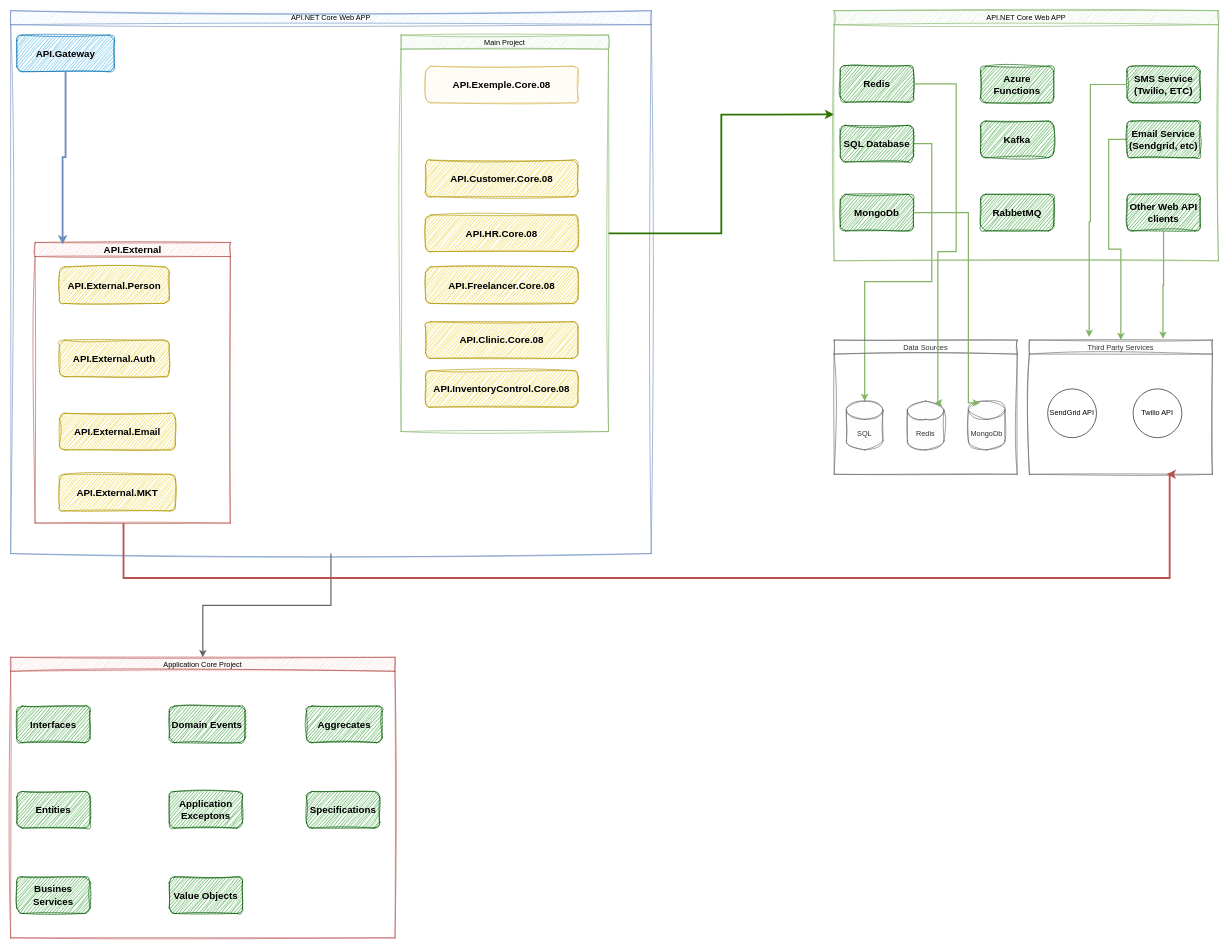
Above: page "Architecture" (3 of 5) of Documento/01 - Architecture/01 - Architecture.drawio in gfmaurila/poc.ddd.cqrs.laboratorio.2025 (draw.io), before the change. Source tidied: cells renumbered, new cells numbered last; positions are measured from the earlier drawing's top-left corner, leaving out a move shared by most shapes. Both pictures are drawn from the tidied source at 61%, with x=0, y=0 at pixel (10, 10).
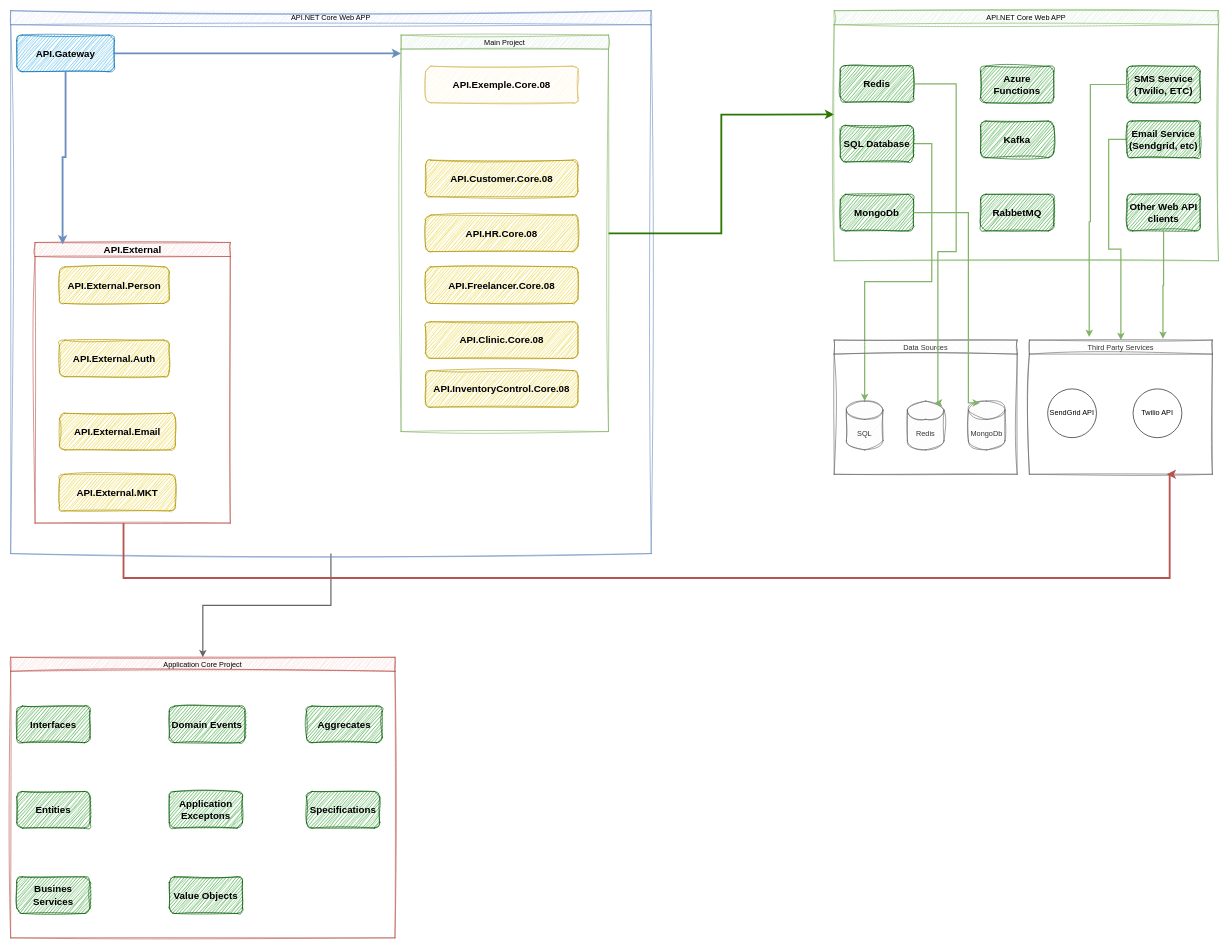
The same page after the edit.

The change refers to these unchanged cells:
```xml
<mxCell id="3" value="API.NET Core Web APP" style="swimlane;whiteSpace=wrap;html=1;sketch=1;curveFitting=1;jiggle=2;fillColor=#dae8fc;strokeColor=#6c8ebf;fontStyle=0;" parent="1" vertex="1">
  <mxGeometry width="1050" height="890" as="geometry" />
</mxCell>
<mxCell id="4" value="API.Gateway" style="rounded=1;whiteSpace=wrap;html=1;sketch=1;curveFitting=1;jiggle=2;fillColor=#1ba1e2;fontColor=#000000;strokeColor=#006EAF;fontSize=16;fontStyle=1;" parent="3" vertex="1">
  <mxGeometry x="10" y="40" width="160" height="60" as="geometry" />
</mxCell>
```

What changed in the source:
```diff
@@
+    <mxCell id="52" style="edgeStyle=orthogonalEdgeStyle;rounded=0;jettySize=auto;html=1;fillColor=#dae8fc;strokeColor=#6c8ebf;strokeWidth=3;" parent="3" edge="1" source="4">
+      <mxGeometry relative="1" as="geometry">
+        <mxPoint x="640" y="70" as="targetPoint" />
+      </mxGeometry>
+    </mxCell>
```
